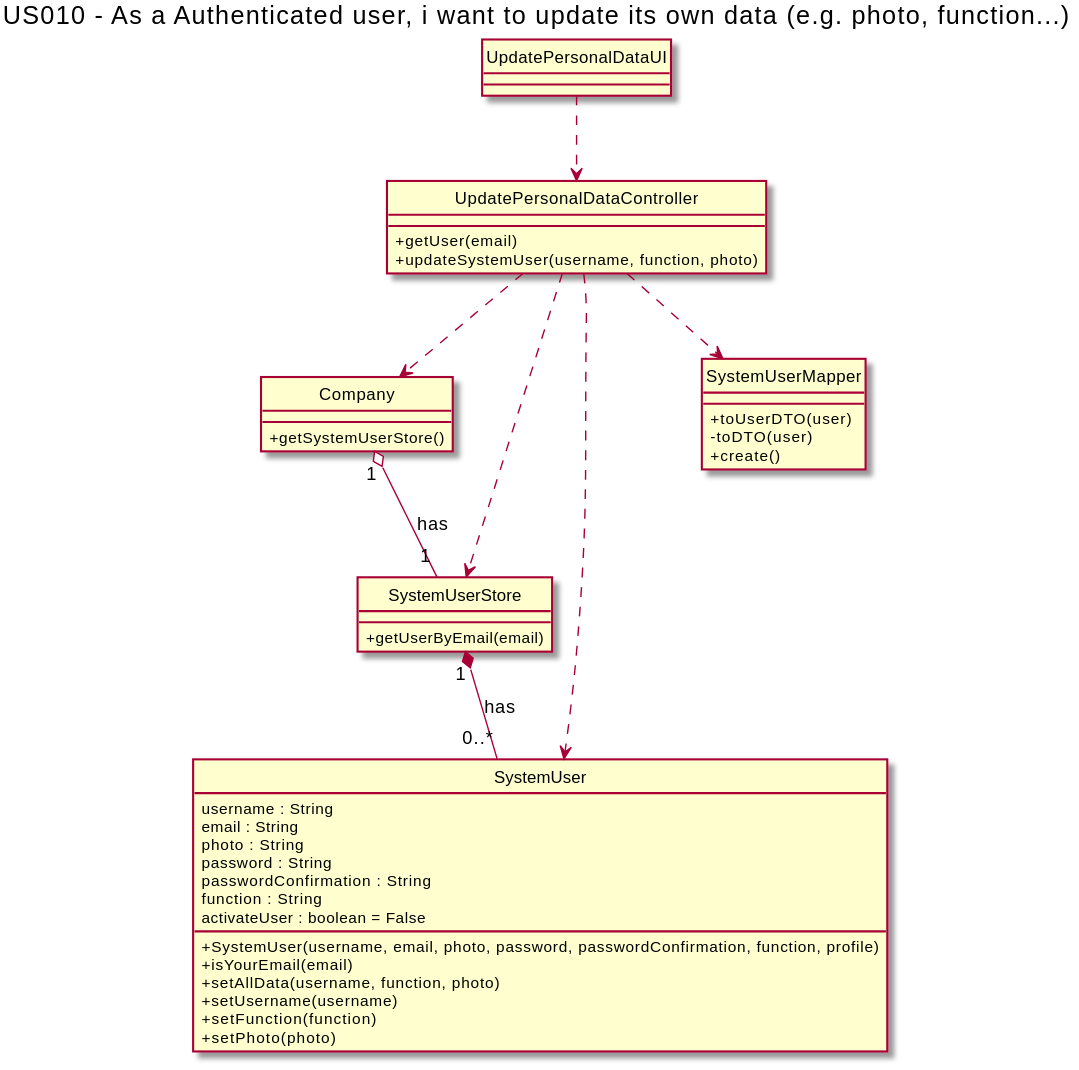
The PlantUML diagram docs/Sprint1/US010/US010-CD.svg in nunogon1211787/projectManagement, before a commit. Its diagram source:
```plantuml
@startuml

hide circle
skinparam classAttributeIconSize 0

title US010 - As a Authenticated user, i want to update its own data (e.g. photo, function...)

class UpdatePersonalDataUI {
}

class UpdatePersonalDataController {
+getUser(email)
+updateSystemUser(username, function, photo)
}

class Company {
+getSystemUserStore()
}

class SystemUserStore {
+getUserByEmail(email)
}


class SystemUser {
username : String
email : String
photo : String
password : String
passwordConfirmation : String
function : String
activateUser : boolean = False
+SystemUser(username, email, photo, password, passwordConfirmation, function, profile)
+isYourEmail(email)
+setAllData(username, function, photo)
+setUsername(username)
+setFunction(function)
+setPhoto(photo)
}


class SystemUserMapper {
+toUserDTO(user)
-toDTO(user)
+create()
}


UpdatePersonalDataUI ..> UpdatePersonalDataController

UpdatePersonalDataController ..> Company
UpdatePersonalDataController ..> SystemUserStore
UpdatePersonalDataController ..> SystemUser
UpdatePersonalDataController ..> SystemUserMapper


Company "1" o-- "1" SystemUserStore: has
SystemUserStore "1" *-- "0..*" SystemUser: has


@enduml
```
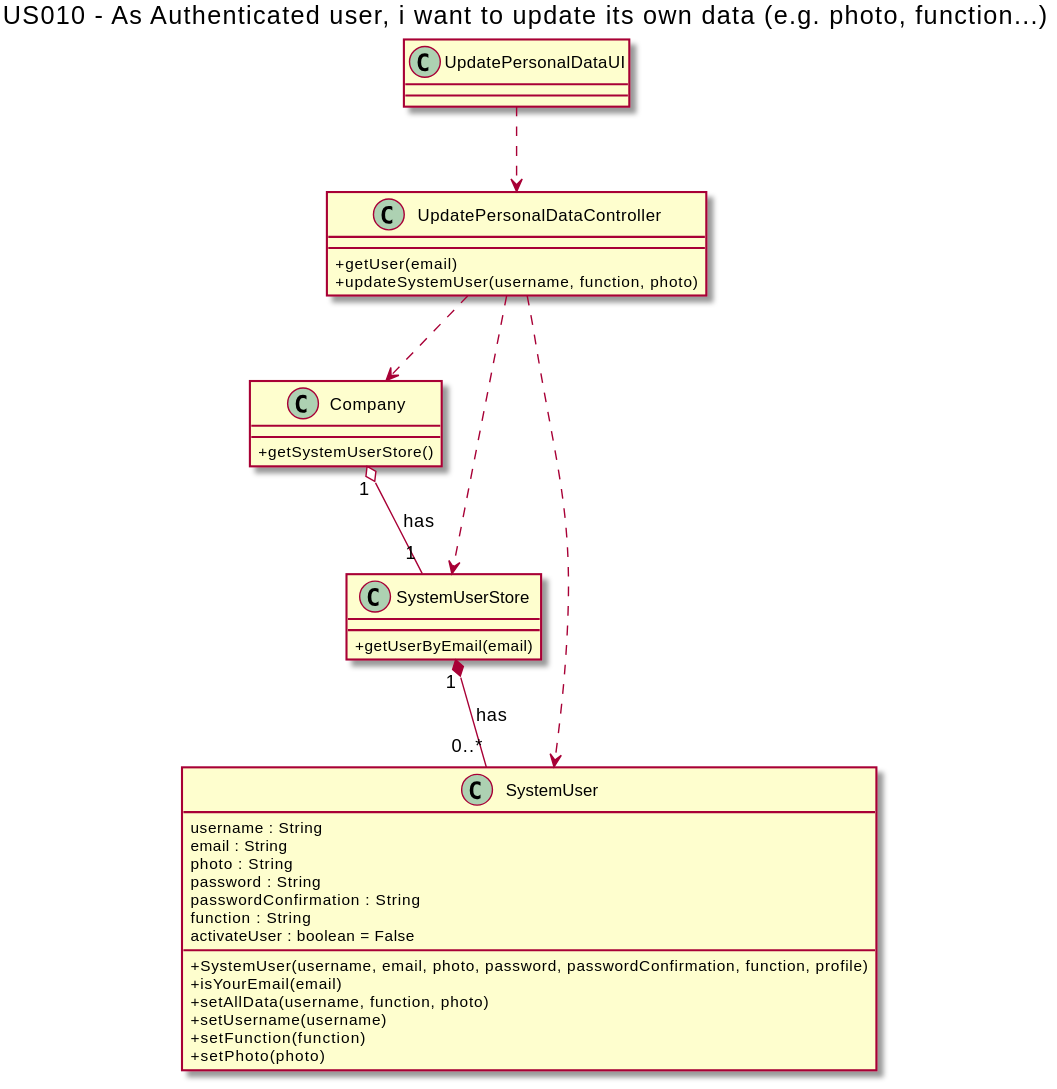
The same diagram one commit later.

Change to the diagram source:
```diff
@@ -1,9 +1,8 @@
 @startuml
 
-hide circle
 skinparam classAttributeIconSize 0
 
-title US010 - As a Authenticated user, i want to update its own data (e.g. photo, function...)
+title US010 - As Authenticated user, i want to update its own data (e.g. photo, function...)
 
 class UpdatePersonalDataUI {
 }
@@ -39,23 +38,14 @@
 }
 
 
-class SystemUserMapper {
-+toUserDTO(user)
--toDTO(user)
-+create()
-}
-
-
 UpdatePersonalDataUI ..> UpdatePersonalDataController
 
 UpdatePersonalDataController ..> Company
 UpdatePersonalDataController ..> SystemUserStore
 UpdatePersonalDataController ..> SystemUser
-UpdatePersonalDataController ..> SystemUserMapper
 
 
 Company "1" o-- "1" SystemUserStore: has
 SystemUserStore "1" *-- "0..*" SystemUser: has
 
-
 @enduml
```
